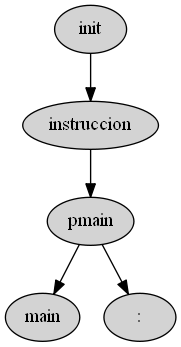
The Graphviz diagram ASPAscendente.png in AndreeAvalos/OLC2-AUGUS, before a commit. Its source is kept beside it as ASPAscendente.dot. Source of this version:
```dot
digraph{
321[style = "filled" ; label = "init"]
320[style = "filled" ; label = "instruccion"]
317[style = "filled" ; label = "pmain"]
318[style = "filled" ; label = "main"]
319[style = "filled" ; label = ":"]
321->320;
320->317;
317->318;
317->319;

}
```
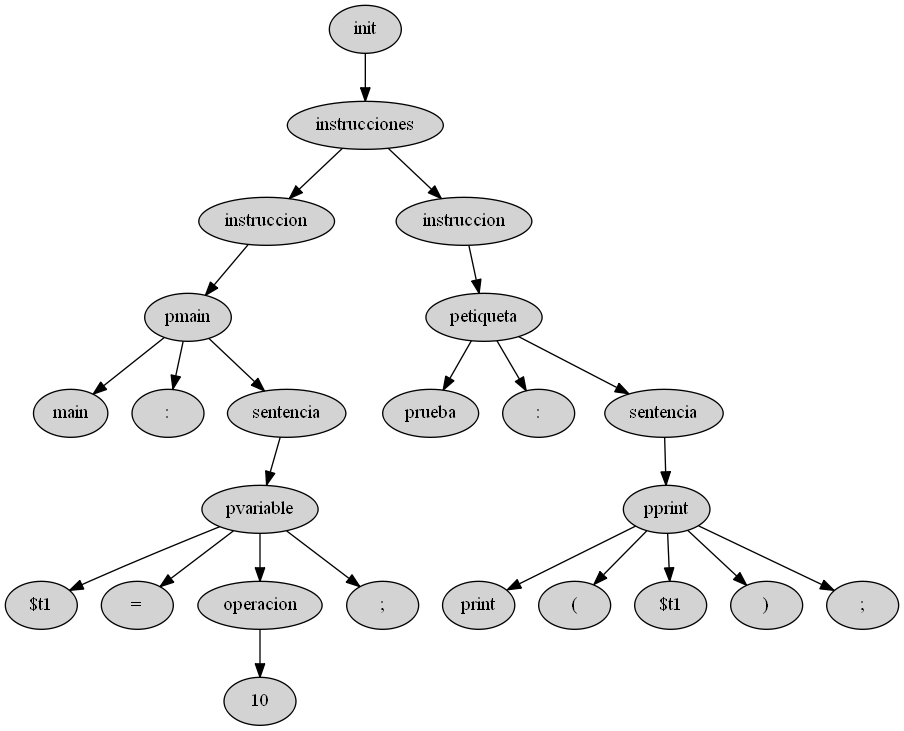
Later version of the same file.

What changed in the source:
```diff
@@ -1,12 +1,50 @@
 digraph{
-321[style = "filled" ; label = "init"]
-320[style = "filled" ; label = "instruccion"]
-317[style = "filled" ; label = "pmain"]
-318[style = "filled" ; label = "main"]
-319[style = "filled" ; label = ":"]
-321->320;
-320->317;
-317->318;
-317->319;
+115[style = "filled" ; label = "init"]
+114[style = "filled" ; label = "instrucciones"]
+102[style = "filled" ; label = "instruccion"]
+99[style = "filled" ; label = "pmain"]
+100[style = "filled" ; label = "main"]
+101[style = "filled" ; label = ":"]
+98[style = "filled" ; label = "sentencia"]
+94[style = "filled" ; label = "pvariable"]
+95[style = "filled" ; label = "$t1"]
+96[style = "filled" ; label = "="]
+93[style = "filled" ; label = "operacion"]
+92[style = "filled" ; label = "10"]
+97[style = "filled" ; label = ";"]
+113[style = "filled" ; label = "instruccion"]
+110[style = "filled" ; label = "petiqueta"]
+111[style = "filled" ; label = "prueba"]
+112[style = "filled" ; label = ":"]
+109[style = "filled" ; label = "sentencia"]
+103[style = "filled" ; label = "pprint"]
+104[style = "filled" ; label = "print"]
+105[style = "filled" ; label = "("]
+106[style = "filled" ; label = "$t1"]
+107[style = "filled" ; label = ")"]
+108[style = "filled" ; label = ";"]
+115->114;
+114->102;
+102->99;
+99->100;
+99->101;
+99->98;
+98->94;
+94->95;
+94->96;
+94->93;
+93->92;
+94->97;
+114->113;
+113->110;
+110->111;
+110->112;
+110->109;
+109->103;
+103->104;
+103->105;
+103->106;
+103->107;
+103->108;
 
 }
```
